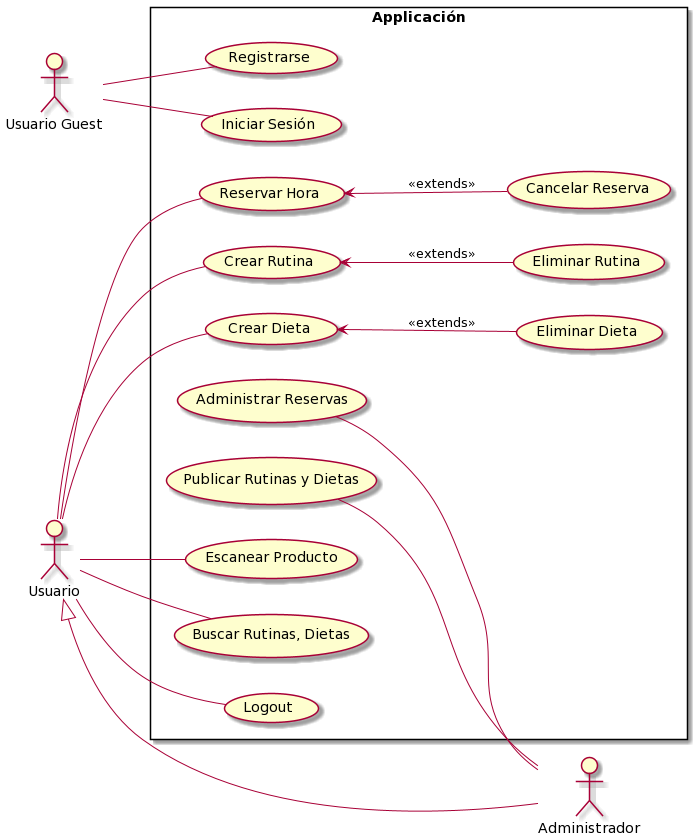
Gymodo/App keeps this PlantUML diagram as documentation/images/casos_uso.png. Above is the earlier version. Its diagram source:
```plantuml
@startuml
left to right direction
skinparam packageStyle rectangle

actor :Usuario Guest: as UsuarioAnonimo
actor :Usuario: as Usuario
actor :Administrador: as Admin

Usuario <|-- Admin

rectangle Applicación {
(Reservar Hora) as (Reservar)
(Cancelar Reserva) as (Cancelar)
(Crear Rutina) as (Crear)
(Crear Dieta) as (CrearDieta)
(Eliminar Rutina) as (Eliminar)
(Escanear Producto) as (Escanear)
(Administrar Reservas) as (AdministrarReservas)
(Publicar Rutinas y Dietas) as (Publicar)


UsuarioAnonimo -- (Registrarse)
UsuarioAnonimo -- (Iniciar Sesión)
Usuario -- (Reservar)
Usuario -- (Crear)
Usuario -- (Escanear)
Usuario -- (CrearDieta)
Usuario -- (Buscar Rutinas, Dietas)
Usuario -- (Logout)
(AdministrarReservas) -- Admin
(Publicar) -- Admin


(Reservar) <-- (Cancelar): <<extends>>
(Crear) <-- (Eliminar): <<extends>>
(CrearDieta) <-- (Eliminar Dieta): <<extends>>

}
@enduml
```
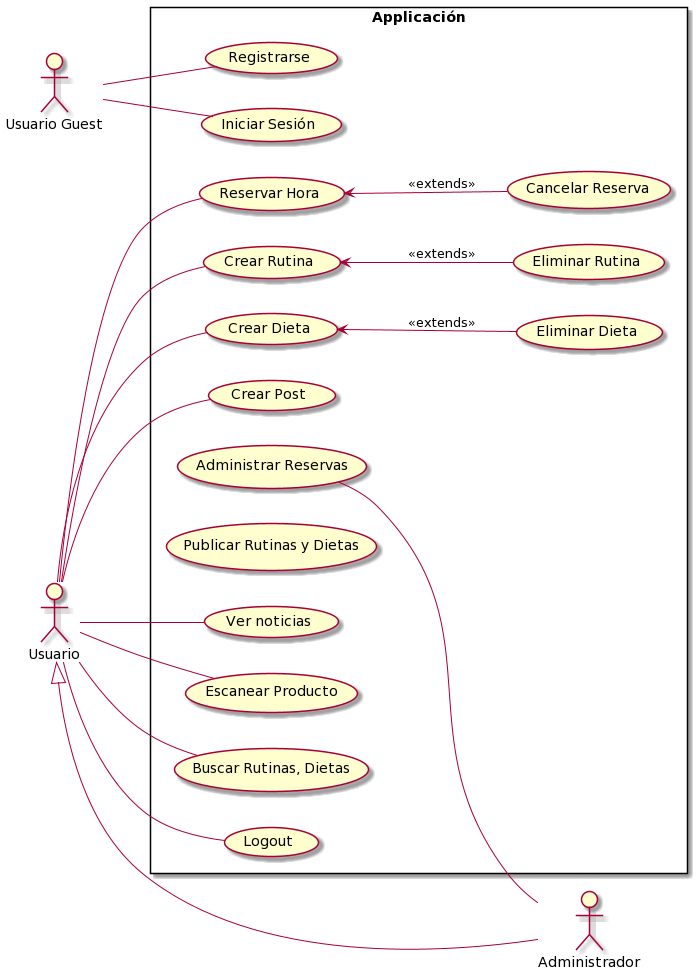
After the commit.

Commit message:
actualizar diagramas, move mockup

The edit, as a diff of the source:
```diff
@@ -13,6 +13,8 @@
 (Cancelar Reserva) as (Cancelar)
 (Crear Rutina) as (Crear)
 (Crear Dieta) as (CrearDieta)
+(Crear Post) as (CrearPost)
+(Ver noticias) as (VerNoticias)
 (Eliminar Rutina) as (Eliminar)
 (Escanear Producto) as (Escanear)
 (Administrar Reservas) as (AdministrarReservas)
@@ -24,11 +26,12 @@
 Usuario -- (Reservar)
 Usuario -- (Crear)
 Usuario -- (Escanear)
+Usuario -- (VerNoticias)
+Usuario -- (CrearPost)
 Usuario -- (CrearDieta)
 Usuario -- (Buscar Rutinas, Dietas)
 Usuario -- (Logout)
 (AdministrarReservas) -- Admin
-(Publicar) -- Admin
 
 
 (Reservar) <-- (Cancelar): <<extends>>
```
